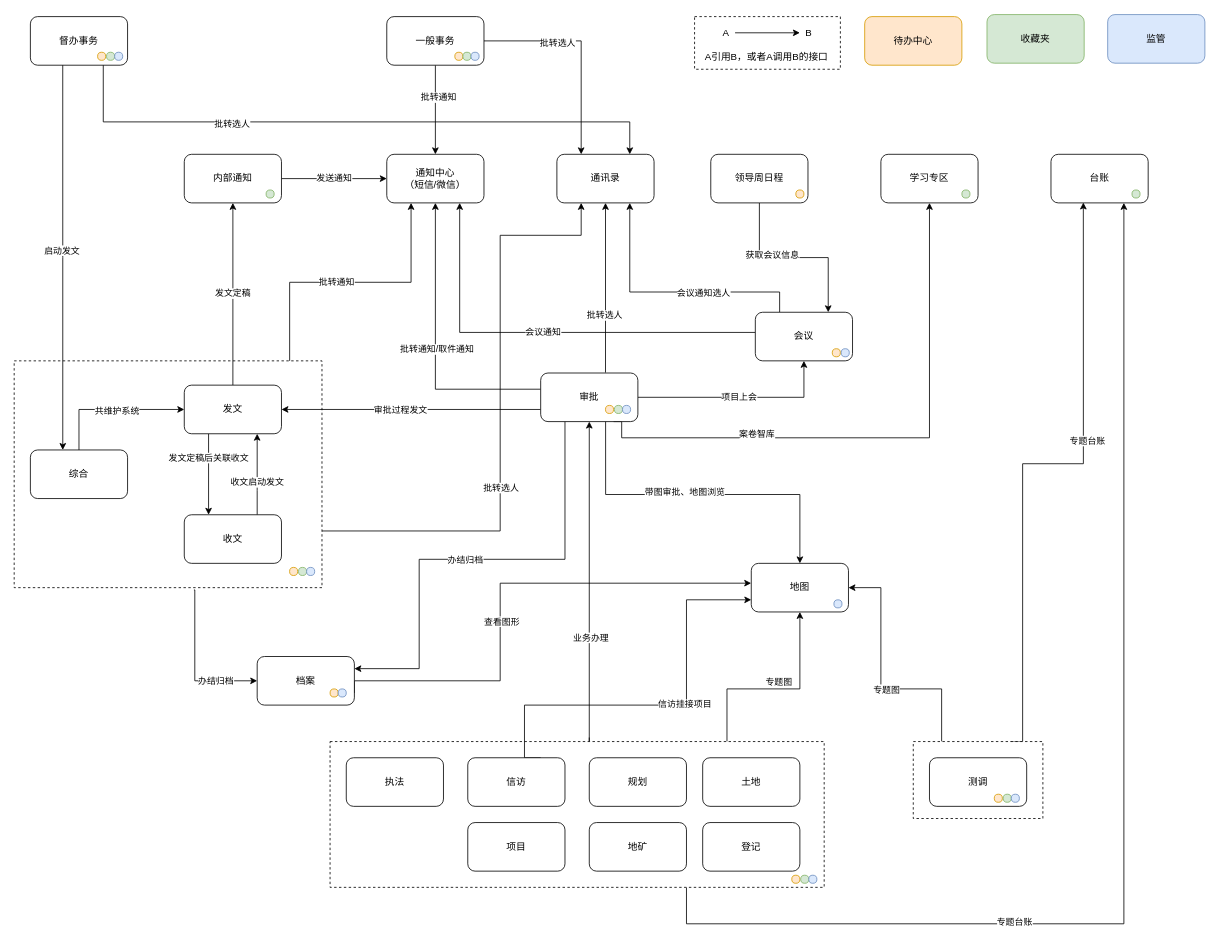
yinyan168/StudyUML keeps this draw.io diagram as 一站式2022.drawio. Above is the earlier version. Source tidied: cells renumbered, new cells numbered last; positions are measured from the earlier drawing's top-left corner, leaving out a move shared by most shapes. Both pictures are drawn from the tidied source at 81%, with x=0, y=0 at pixel (14, 15).
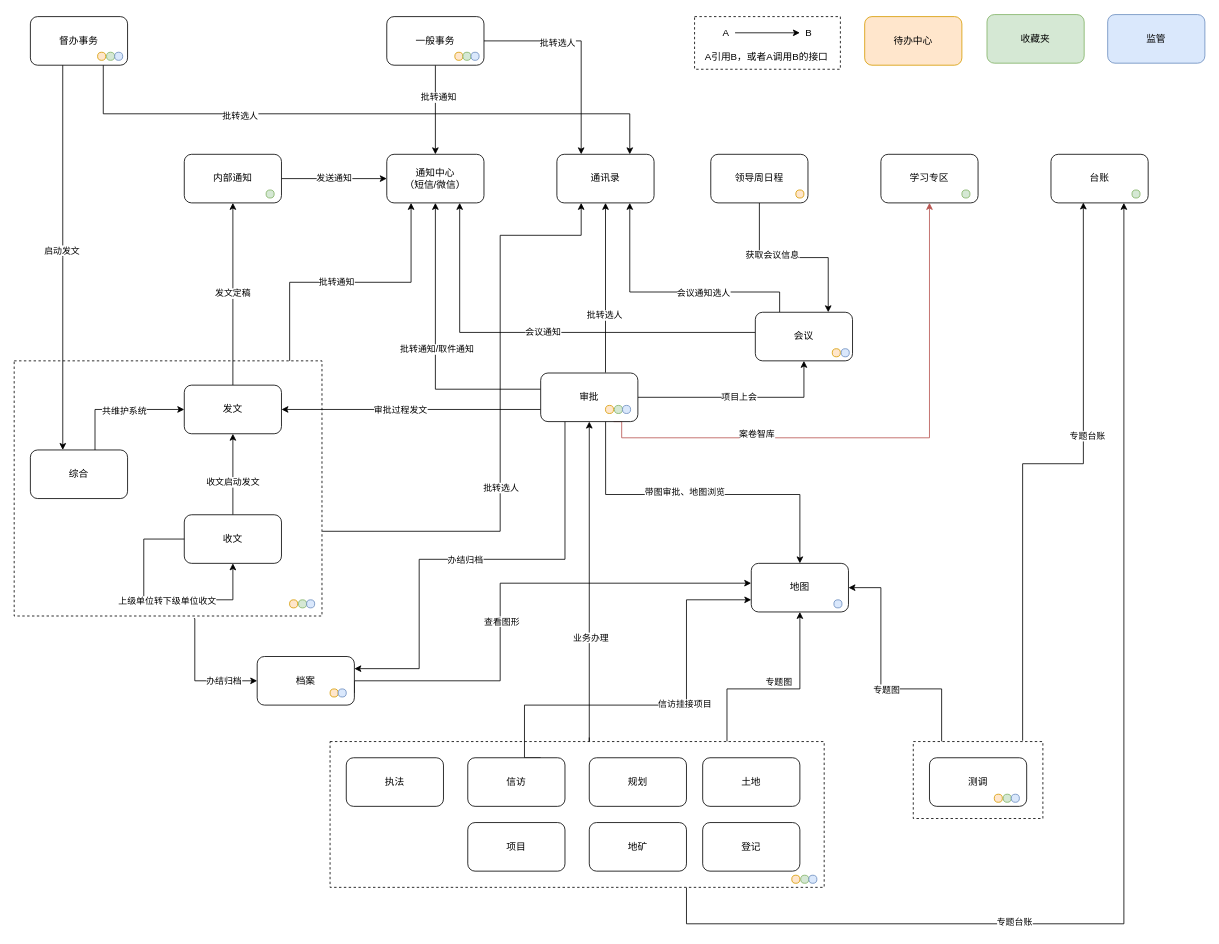
The same page after the edit.

Commit message:
更新一站式2022.drawio

Unchanged cells that the change refers to:
```xml
<mxCell id="2" value="督办事务" style="rounded=1;whiteSpace=wrap;html=1;" parent="1" vertex="1">
  <mxGeometry x="20" y="2" width="120" height="60" as="geometry" />
</mxCell>
<mxCell id="7" style="rounded=0;whiteSpace=wrap;html=1;dashed=1;" parent="1" vertex="1">
  <mxGeometry x="1110" y="897" width="160" height="95" as="geometry" />
</mxCell>
<mxCell id="26" value="发文" style="rounded=1;whiteSpace=wrap;html=1;" parent="1" vertex="1">
  <mxGeometry x="210" y="457" width="120" height="60" as="geometry" />
</mxCell>
<mxCell id="28" value="收文" style="rounded=1;whiteSpace=wrap;html=1;" parent="1" vertex="1">
  <mxGeometry x="210" y="617" width="120" height="60" as="geometry" />
</mxCell>
<mxCell id="47" value="审批" style="rounded=1;whiteSpace=wrap;html=1;" parent="1" vertex="1">
  <mxGeometry x="650" y="442" width="120" height="60" as="geometry" />
</mxCell>
<mxCell id="58" value="通讯录" style="rounded=1;whiteSpace=wrap;html=1;" parent="1" vertex="1">
  <mxGeometry x="670" y="172" width="120" height="60" as="geometry" />
</mxCell>
<mxCell id="59" value="台账" style="rounded=1;whiteSpace=wrap;html=1;" parent="1" vertex="1">
  <mxGeometry x="1280" y="172" width="120" height="60" as="geometry" />
</mxCell>
<mxCell id="64" value="学习专区" style="rounded=1;whiteSpace=wrap;html=1;" parent="1" vertex="1">
  <mxGeometry x="1070" y="172" width="120" height="60" as="geometry" />
</mxCell>
<mxCell id="84" value="综合" style="rounded=1;whiteSpace=wrap;html=1;" parent="1" vertex="1">
  <mxGeometry x="20" y="537" width="120" height="60" as="geometry" />
</mxCell>
```

What changed in the source:
```diff
@@
-    <mxCell id="3" style="edgeStyle=orthogonalEdgeStyle;rounded=0;jettySize=auto;html=1;exitX=0.75;exitY=0;exitDx=0;exitDy=0;entryX=0.333;entryY=0.992;entryDx=0;entryDy=0;entryPerimeter=0;" parent="1" edge="1" source="7" target="59">
+    <mxCell id="3" style="edgeStyle=orthogonalEdgeStyle;rounded=0;jettySize=auto;html=1;entryX=0.333;entryY=0.992;entryDx=0;entryDy=0;entryPerimeter=0;" parent="1" edge="1" target="59">
       <mxGeometry relative="1" as="geometry">
+        <mxPoint x="1245" y="896" as="sourcePoint" />
         <Array as="points">
+          <mxPoint x="1245" y="896" />
           <mxPoint x="1245" y="554" />
           <mxPoint x="1320" y="554" />
         </Array>
       </mxGeometry>
     </mxCell>
@@
-    <mxCell id="17" style="edgeStyle=orthogonalEdgeStyle;rounded=0;jettySize=auto;html=1;exitX=1;exitY=0.75;exitDx=0;exitDy=0;entryX=0.25;entryY=1;entryDx=0;entryDy=0;" parent="1" edge="1" source="21" target="58">
+    <mxCell id="17" style="edgeStyle=orthogonalEdgeStyle;rounded=0;jettySize=auto;html=1;exitX=1.001;exitY=0.668;exitDx=0;exitDy=0;entryX=0.25;entryY=1;entryDx=0;entryDy=0;exitPerimeter=0;" parent="1" edge="1" source="21" target="58">
       <mxGeometry relative="1" as="geometry">
         <Array as="points">
           <mxPoint x="600" y="637" />
           <mxPoint x="600" y="272" />
           <mxPoint x="700" y="272" />
         </Array>
       </mxGeometry>
     </mxCell>
@@
     <mxCell id="21" style="rounded=0;whiteSpace=wrap;html=1;dashed=1;" parent="1" vertex="1">
-      <mxGeometry y="427" width="380" height="280" as="geometry" />
+      <mxGeometry y="427" width="380" height="315" as="geometry" />
     </mxCell>
@@
-    <mxCell id="25" value="发文定稿后关联收文" style="edgeStyle=orthogonalEdgeStyle;rounded=0;jettySize=auto;html=1;exitX=0.25;exitY=1;exitDx=0;exitDy=0;entryX=0.25;entryY=0;entryDx=0;entryDy=0;" parent="1" edge="1" source="26" target="28">
-      <mxGeometry x="-0.4" relative="1" as="geometry" />
-    </mxCell>
@@
-    <mxCell id="27" value="收文启动发文" style="edgeStyle=orthogonalEdgeStyle;rounded=0;jettySize=auto;html=1;entryX=0.75;entryY=1;entryDx=0;entryDy=0;exitX=0.75;exitY=0;exitDx=0;exitDy=0;" parent="1" edge="1" source="28" target="26">
-      <mxGeometry x="-0.2" relative="1" as="geometry">
-        <Array as="points">
-          <mxPoint x="300" y="587" />
-          <mxPoint x="300" y="587" />
-        </Array>
-      </mxGeometry>
+    <mxCell id="27" value="收文启动发文" style="edgeStyle=orthogonalEdgeStyle;rounded=0;jettySize=auto;html=1;entryX=0.5;entryY=1;entryDx=0;entryDy=0;exitX=0.5;exitY=0;exitDx=0;exitDy=0;" parent="1" edge="1" source="28" target="26">
+      <mxGeometry x="-0.2" relative="1" as="geometry" />
     </mxCell>
@@
-    <mxCell id="45" style="edgeStyle=orthogonalEdgeStyle;rounded=0;jettySize=auto;html=1;exitX=0.75;exitY=1;exitDx=0;exitDy=0;entryX=0.5;entryY=1;entryDx=0;entryDy=0;" parent="1" edge="1" source="47" target="64">
+    <mxCell id="45" style="edgeStyle=orthogonalEdgeStyle;rounded=0;jettySize=auto;html=1;exitX=0.75;exitY=1;exitDx=0;exitDy=0;entryX=0.5;entryY=1;entryDx=0;entryDy=0;fillColor=#f8cecc;strokeColor=#b85450;" parent="1" edge="1" source="47" target="64">
       <mxGeometry relative="1" as="geometry">
         <Array as="points">
           <mxPoint x="750" y="502" />
           <mxPoint x="750" y="522" />
           <mxPoint x="1130" y="522" />
         </Array>
       </mxGeometry>
     </mxCell>
@@
     <mxCell id="53" style="edgeStyle=orthogonalEdgeStyle;rounded=0;jettySize=auto;html=1;exitX=0.75;exitY=1;exitDx=0;exitDy=0;" parent="1" edge="1" source="2" target="58">
       <mxGeometry relative="1" as="geometry">
         <Array as="points">
-          <mxPoint x="110" y="132" />
-          <mxPoint x="760" y="132" />
+          <mxPoint x="110" y="122" />
+          <mxPoint x="760" y="122" />
         </Array>
       </mxGeometry>
     </mxCell>
@@
-    <mxCell id="82" style="edgeStyle=orthogonalEdgeStyle;rounded=0;jettySize=auto;html=1;exitX=0.5;exitY=0;exitDx=0;exitDy=0;entryX=0;entryY=0.5;entryDx=0;entryDy=0;" parent="1" edge="1" source="84" target="26">
-      <mxGeometry relative="1" as="geometry" />
+    <mxCell id="82" style="edgeStyle=orthogonalEdgeStyle;rounded=0;jettySize=auto;html=1;exitX=0.665;exitY=0.002;exitDx=0;exitDy=0;entryX=0;entryY=0.5;entryDx=0;entryDy=0;exitPerimeter=0;" parent="1" edge="1" source="84" target="26">
+      <mxGeometry relative="1" as="geometry">
+        <Array as="points">
+          <mxPoint x="100" y="487" />
+        </Array>
+      </mxGeometry>
     </mxCell>
@@
     <mxCell id="95" style="group;" parent="1" vertex="1">
-      <mxGeometry x="340" y="682" width="31" height="10" as="geometry" />
+      <mxGeometry x="340" y="722" width="31" height="10" as="geometry" />
     </mxCell>
@@
+    <mxCell id="129" style="edgeStyle=orthogonalEdgeStyle;rounded=0;orthogonalLoop=1;jettySize=auto;html=1;exitX=0;exitY=0.5;exitDx=0;exitDy=0;" parent="1" edge="1" source="28" target="28">
+      <mxGeometry relative="1" as="geometry">
+        <Array as="points">
+          <mxPoint x="160" y="647" />
+          <mxPoint x="160" y="722" />
+          <mxPoint x="270" y="722" />
+        </Array>
+      </mxGeometry>
+    </mxCell>
+    <mxCell id="130" value="上级单位转下级单位收文" style="edgeLabel;html=1;align=center;verticalAlign=middle;" parent="129" vertex="1">
+      <mxGeometry x="0.09" y="-1" relative="1" as="geometry" />
+    </mxCell>
```
